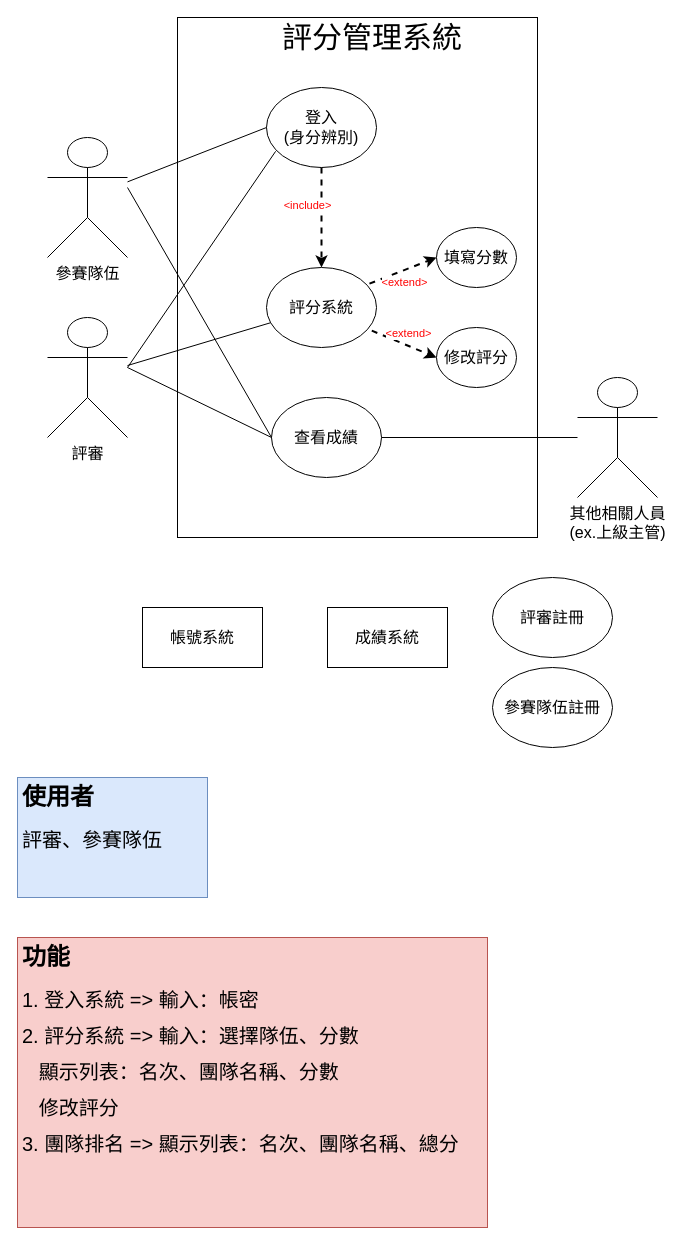
Above: ScoringUserStory.drawio in bwr107m/HackaScore (draw.io), before the change. Source tidied: cells renumbered, new cells numbered last; positions are measured from the earlier drawing's top-left corner, leaving out a move shared by most shapes. Both pictures are drawn from the tidied source at 100%, with x=0, y=0 at pixel (17, 17).
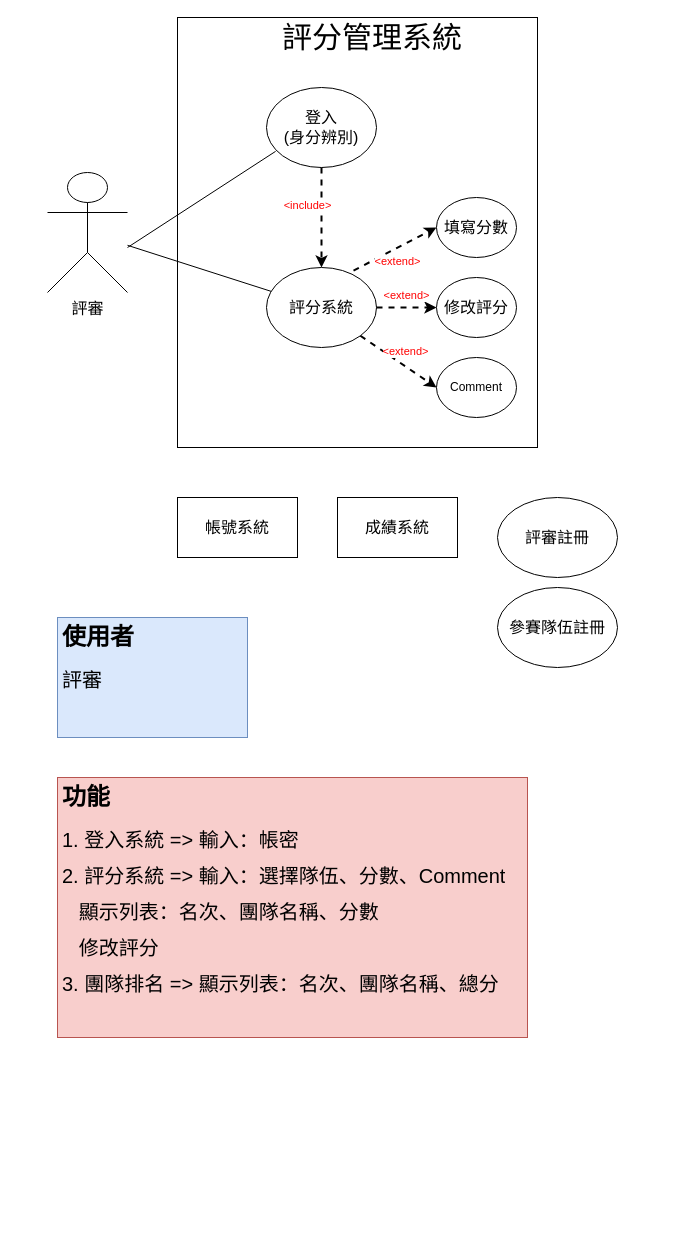
The same page after the edit.

Unchanged cells that the change refers to:
```xml
<mxCell id="6" value="&lt;font style=&quot;font-size: 16px&quot;&gt;登入&lt;/font&gt;&lt;div style=&quot;font-size: 16px&quot;&gt;&lt;font style=&quot;font-size: 16px&quot;&gt;(身分辨別)&lt;/font&gt;&lt;/div&gt;" style="ellipse;whiteSpace=wrap;html=1;" parent="1" vertex="1">
  <mxGeometry x="249" y="70" width="110" height="80" as="geometry" />
</mxCell>
<mxCell id="8" value="&lt;font style=&quot;font-size: 16px&quot;&gt;評分系統&lt;/font&gt;" style="ellipse;whiteSpace=wrap;html=1;" parent="1" vertex="1">
  <mxGeometry x="249" y="250" width="110" height="80" as="geometry" />
</mxCell>
```

Change to the diagram source:
```diff
@@
     <mxCell id="2" style="rounded=0;whiteSpace=wrap;html=1;" parent="1" vertex="1">
-      <mxGeometry x="160" width="360" height="520" as="geometry" />
+      <mxGeometry x="160" width="360" height="430" as="geometry" />
     </mxCell>
-    <mxCell id="3" value="&lt;font style=&quot;font-size: 16px&quot;&gt;參賽隊伍&lt;/font&gt;" style="shape=umlActor;verticalLabelPosition=bottom;verticalAlign=top;html=1;outlineConnect=0;" parent="1" vertex="1">
-      <mxGeometry x="30" y="120" width="80" height="120" as="geometry" />
-    </mxCell>
     <mxCell id="4" value="&lt;font style=&quot;font-size: 16px&quot;&gt;評審&lt;/font&gt;" style="shape=umlActor;verticalLabelPosition=bottom;verticalAlign=top;html=1;outlineConnect=0;" parent="1" vertex="1">
-      <mxGeometry x="30" y="300" width="80" height="120" as="geometry" />
+      <mxGeometry x="30" y="155" width="80" height="120" as="geometry" />
     </mxCell>
@@
-    <mxCell id="7" style="endArrow=none;html=1;entryX=0;entryY=0.5;entryDx=0;entryDy=0;" parent="1" edge="1" source="3" target="6">
-      <mxGeometry relative="1" as="geometry" />
-    </mxCell>
@@
-    <mxCell id="9" value="&lt;font style=&quot;font-size: 16px&quot;&gt;查看成績&lt;/font&gt;" style="ellipse;whiteSpace=wrap;html=1;" parent="1" vertex="1">
-      <mxGeometry x="254" y="380" width="110" height="80" as="geometry" />
-    </mxCell>
     <mxCell id="10" style="endArrow=none;html=1;entryX=0.083;entryY=0.798;entryDx=0;entryDy=0;entryPerimeter=0;" parent="1" edge="1" target="6">
       <mxGeometry relative="1" as="geometry">
-        <mxPoint x="110" y="350" as="sourcePoint" />
+        <mxPoint x="110" y="230" as="sourcePoint" />
       </mxGeometry>
     </mxCell>
@@
     <mxCell id="12" value="&lt;font style=&quot;font-size: 16px&quot;&gt;填寫分數&lt;br&gt;&lt;/font&gt;" style="ellipse;whiteSpace=wrap;html=1;" parent="1" vertex="1">
-      <mxGeometry x="419" y="210" width="80" height="60" as="geometry" />
+      <mxGeometry x="419" y="180" width="80" height="60" as="geometry" />
     </mxCell>
     <mxCell id="13" value="&lt;div&gt;&lt;font style=&quot;font-size: 16px&quot;&gt;修改評分&lt;/font&gt;&lt;/div&gt;" style="ellipse;whiteSpace=wrap;html=1;" parent="1" vertex="1">
-      <mxGeometry x="419" y="310" width="80" height="60" as="geometry" />
+      <mxGeometry x="419" y="260" width="80" height="60" as="geometry" />
     </mxCell>
-    <mxCell id="14" value="&lt;font color=&quot;#FF0000&quot;&gt;&amp;lt;extend&amp;gt;&lt;/font&gt;" style="endArrow=classic;html=1;entryX=0;entryY=0.5;entryDx=0;entryDy=0;exitX=0.957;exitY=0.79;exitDx=0;exitDy=0;exitPerimeter=0;dashed=1;strokeWidth=2;" parent="1" edge="1" source="8" target="13">
+    <mxCell id="14" value="&lt;font color=&quot;#FF0000&quot;&gt;&amp;lt;extend&amp;gt;&lt;/font&gt;" style="endArrow=classic;html=1;entryX=0;entryY=0.5;entryDx=0;entryDy=0;exitX=1;exitY=0.5;exitDx=0;exitDy=0;dashed=1;strokeWidth=2;" parent="1" edge="1" source="8" target="13">
       <mxGeometry x="0.01" y="12" relative="1" as="geometry" />
     </mxCell>
-    <mxCell id="15" value="&lt;font color=&quot;#FF0000&quot;&gt;&amp;lt;extend&amp;gt;&lt;/font&gt;" style="endArrow=classic;html=1;entryX=0;entryY=0.5;entryDx=0;entryDy=0;exitX=0.936;exitY=0.202;exitDx=0;exitDy=0;exitPerimeter=0;dashed=1;strokeWidth=2;" parent="1" edge="1" source="8" target="12">
+    <mxCell id="15" value="&lt;font color=&quot;#FF0000&quot;&gt;&amp;lt;extend&amp;gt;&lt;/font&gt;" style="endArrow=classic;html=1;entryX=0;entryY=0.5;entryDx=0;entryDy=0;exitX=0.791;exitY=0.038;exitDx=0;exitDy=0;exitPerimeter=0;dashed=1;strokeWidth=2;" parent="1" edge="1" source="8" target="12">
       <mxGeometry x="-0.09" y="-12" relative="1" as="geometry" />
     </mxCell>
     <mxCell id="16" value="&lt;font style=&quot;font-size: 16px&quot;&gt;評審註冊&lt;br&gt;&lt;/font&gt;" style="ellipse;whiteSpace=wrap;html=1;" parent="1" vertex="1">
-      <mxGeometry x="475" y="560" width="120" height="80" as="geometry" />
+      <mxGeometry x="480" y="480" width="120" height="80" as="geometry" />
     </mxCell>
     <mxCell id="17" value="&lt;font style=&quot;font-size: 16px&quot;&gt;參賽隊伍註冊&lt;br&gt;&lt;/font&gt;" style="ellipse;whiteSpace=wrap;html=1;" parent="1" vertex="1">
-      <mxGeometry x="475" y="650" width="120" height="80" as="geometry" />
+      <mxGeometry x="480" y="570" width="120" height="80" as="geometry" />
     </mxCell>
     <mxCell id="18" value="&lt;font style=&quot;font-size: 16px&quot;&gt;帳號系統&lt;br&gt;&lt;/font&gt;" style="rounded=0;whiteSpace=wrap;html=1;" parent="1" vertex="1">
-      <mxGeometry x="125" y="590" width="120" height="60" as="geometry" />
+      <mxGeometry x="160" y="480" width="120" height="60" as="geometry" />
     </mxCell>
     <mxCell id="19" value="&lt;font style=&quot;font-size: 16px&quot;&gt;成績系統&lt;br&gt;&lt;/font&gt;" style="rounded=0;whiteSpace=wrap;html=1;" parent="1" vertex="1">
-      <mxGeometry x="310" y="590" width="120" height="60" as="geometry" />
+      <mxGeometry x="320" y="480" width="120" height="60" as="geometry" />
     </mxCell>
-    <mxCell id="20" value="&lt;h1&gt;使用者&lt;/h1&gt;&lt;p&gt;&lt;font style=&quot;font-size: 20px&quot;&gt;評審、參賽隊伍&lt;/font&gt;&lt;br&gt;&lt;/p&gt;" style="text;html=1;strokeColor=#6c8ebf;fillColor=#dae8fc;spacing=5;spacingTop=-20;whiteSpace=wrap;overflow=hidden;rounded=0;" parent="1" vertex="1">
-      <mxGeometry y="760" width="190" height="120" as="geometry" />
+    <mxCell id="20" value="&lt;h1&gt;使用者&lt;/h1&gt;&lt;p&gt;&lt;font style=&quot;font-size: 20px&quot;&gt;評審&lt;/font&gt;&lt;br&gt;&lt;/p&gt;" style="text;html=1;strokeColor=#6c8ebf;fillColor=#dae8fc;spacing=5;spacingTop=-20;whiteSpace=wrap;overflow=hidden;rounded=0;" parent="1" vertex="1">
+      <mxGeometry x="40" y="600" width="190" height="120" as="geometry" />
     </mxCell>
-    <mxCell id="21" value="&lt;h1&gt;功能&lt;/h1&gt;&lt;p&gt;&lt;font style=&quot;font-size: 20px&quot;&gt;1. 登入系統 =&amp;gt; 輸入：帳密&lt;/font&gt;&lt;/p&gt;&lt;p&gt;&lt;font style=&quot;font-size: 20px&quot;&gt;2. 評分系統 =&amp;gt; 輸入：選擇隊伍、分數&lt;br&gt;&lt;/font&gt;&lt;/p&gt;&lt;p&gt;&lt;font style=&quot;font-size: 20px&quot;&gt;&lt;span style=&quot;white-space: pre&quot;&gt; &lt;/span&gt;&lt;span style=&quot;white-space: pre&quot;&gt; &lt;/span&gt;&lt;span style=&quot;white-space: pre&quot;&gt; &lt;/span&gt;顯示列表：名次、團隊名稱、分數&lt;br&gt;&lt;/font&gt;&lt;/p&gt;&lt;p&gt;&lt;font style=&quot;font-size: 20px&quot;&gt;&lt;span style=&quot;white-space: pre&quot;&gt; &lt;/span&gt;&lt;span style=&quot;white-space: pre&quot;&gt; &lt;/span&gt;&lt;span style=&quot;white-space: pre&quot;&gt; &lt;/span&gt;修改評分&lt;/font&gt;&lt;/p&gt;&lt;p&gt;&lt;font style=&quot;font-size: 20px&quot;&gt;3. 團隊排名 =&amp;gt; 顯示列表：名次、團隊名稱、總分&lt;/font&gt;&lt;br&gt;&lt;/p&gt;" style="text;html=1;strokeColor=#b85450;fillColor=#f8cecc;spacing=5;spacingTop=-20;whiteSpace=wrap;overflow=hidden;rounded=0;" parent="1" vertex="1">
-      <mxGeometry y="920" width="470" height="290" as="geometry" />
+    <mxCell id="21" value="&lt;h1&gt;功能&lt;/h1&gt;&lt;p&gt;&lt;font style=&quot;font-size: 20px&quot;&gt;1. 登入系統 =&amp;gt; 輸入：帳密&lt;/font&gt;&lt;/p&gt;&lt;p&gt;&lt;font style=&quot;font-size: 20px&quot;&gt;2. 評分系統 =&amp;gt; 輸入：選擇隊伍、分數、Comment&lt;br&gt;&lt;/font&gt;&lt;/p&gt;&lt;p&gt;&lt;font style=&quot;font-size: 20px&quot;&gt;&lt;span style=&quot;white-space: pre&quot;&gt; &lt;/span&gt;&lt;span style=&quot;white-space: pre&quot;&gt; &lt;/span&gt;&lt;span style=&quot;white-space: pre&quot;&gt; &lt;/span&gt;顯示列表：名次、團隊名稱、分數&lt;br&gt;&lt;/font&gt;&lt;/p&gt;&lt;p&gt;&lt;font style=&quot;font-size: 20px&quot;&gt;&lt;span style=&quot;white-space: pre&quot;&gt; &lt;/span&gt;&lt;span style=&quot;white-space: pre&quot;&gt; &lt;/span&gt;&lt;span style=&quot;white-space: pre&quot;&gt; &lt;/span&gt;修改評分&lt;/font&gt;&lt;/p&gt;&lt;p&gt;&lt;font style=&quot;font-size: 20px&quot;&gt;3. 團隊排名 =&amp;gt; 顯示列表：名次、團隊名稱、總分&lt;/font&gt;&lt;br&gt;&lt;/p&gt;" style="text;html=1;strokeColor=#b85450;fillColor=#f8cecc;spacing=5;spacingTop=-20;whiteSpace=wrap;overflow=hidden;rounded=0;" parent="1" vertex="1">
+      <mxGeometry x="40" y="760" width="470" height="260" as="geometry" />
     </mxCell>
@@
-    <mxCell id="23" value="&lt;div style=&quot;font-size: 16px&quot;&gt;&lt;font style=&quot;font-size: 16px&quot;&gt;其他相關人員&lt;/font&gt;&lt;/div&gt;&lt;div style=&quot;font-size: 16px&quot;&gt;&lt;font style=&quot;font-size: 16px&quot;&gt;(ex.上級主管)&lt;br&gt;&lt;/font&gt;&lt;/div&gt;" style="shape=umlActor;verticalLabelPosition=bottom;verticalAlign=top;html=1;outlineConnect=0;" parent="1" vertex="1">
-      <mxGeometry x="560" y="360" width="80" height="120" as="geometry" />
-    </mxCell>
-    <mxCell id="24" style="endArrow=none;html=1;entryX=0;entryY=0.5;entryDx=0;entryDy=0;" parent="1" edge="1" target="9">
-      <mxGeometry relative="1" as="geometry">
-        <mxPoint x="110" y="350" as="sourcePoint" />
-      </mxGeometry>
-    </mxCell>
-    <mxCell id="25" style="endArrow=none;html=1;entryX=0;entryY=0.5;entryDx=0;entryDy=0;" parent="1" edge="1" target="9">
-      <mxGeometry relative="1" as="geometry">
-        <mxPoint x="110" y="170" as="sourcePoint" />
-      </mxGeometry>
-    </mxCell>
-    <mxCell id="26" style="endArrow=none;html=1;exitX=1;exitY=0.5;exitDx=0;exitDy=0;" parent="1" edge="1" source="9" target="23">
-      <mxGeometry relative="1" as="geometry" />
-    </mxCell>
+    <mxCell id="27" value="Comment" style="ellipse;whiteSpace=wrap;html=1;" parent="1" vertex="1">
+      <mxGeometry x="419" y="340" width="80" height="60" as="geometry" />
+    </mxCell>
+    <mxCell id="28" value="&lt;font color=&quot;#FF0000&quot;&gt;&amp;lt;extend&amp;gt;&lt;/font&gt;" style="endArrow=classic;html=1;entryX=0;entryY=0.5;entryDx=0;entryDy=0;exitX=1;exitY=1;exitDx=0;exitDy=0;dashed=1;strokeWidth=2;" parent="1" edge="1" source="8" target="27">
+      <mxGeometry x="0.01" y="12" relative="1" as="geometry" />
+    </mxCell>
```
